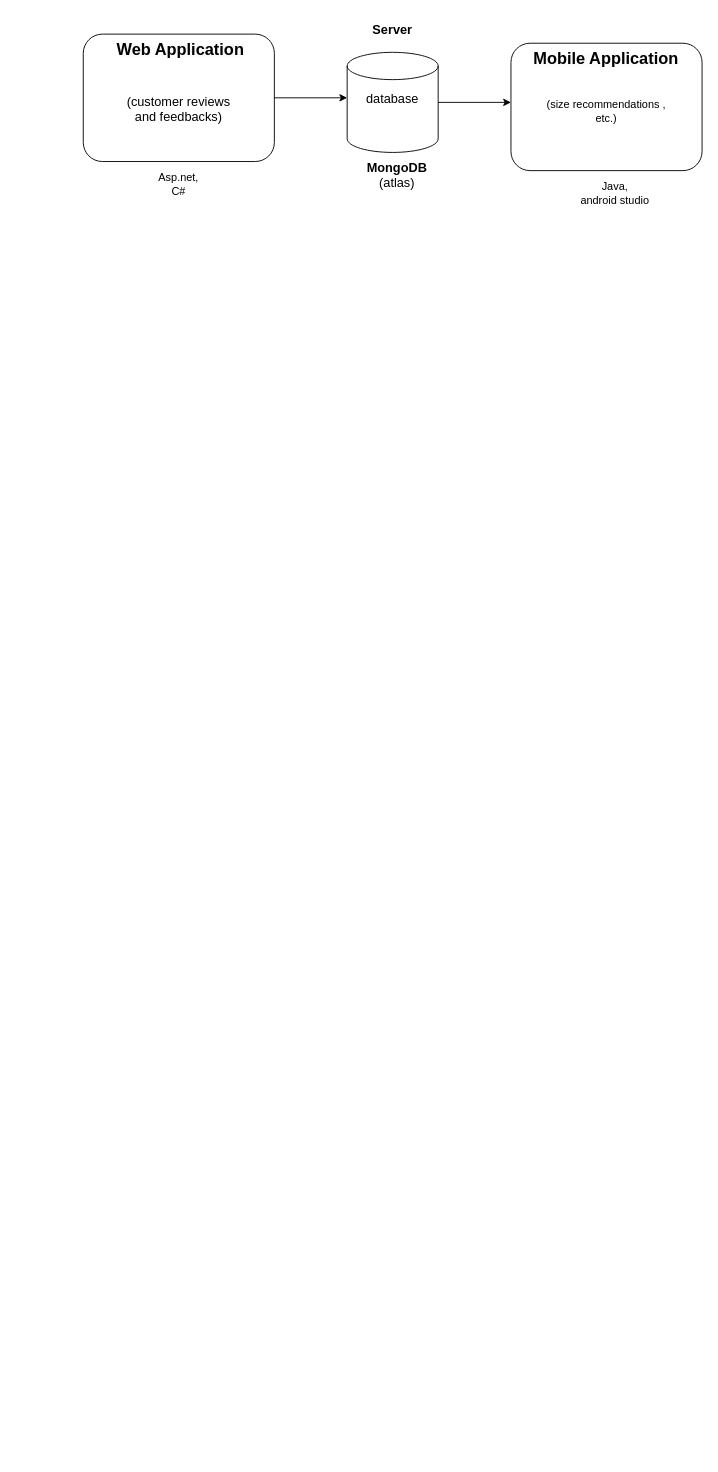
Above: diagrams/high level diagram.drawio in chamodi2001/MDCGunathilaka_MaterialBasedSizes (draw.io), before the change. Source tidied: cells renumbered, new cells numbered last; positions are measured from the earlier drawing's top-left corner, leaving out a move shared by most shapes. Both pictures are drawn from the tidied source at 91%, with x=0, y=0 at pixel (83, 15).
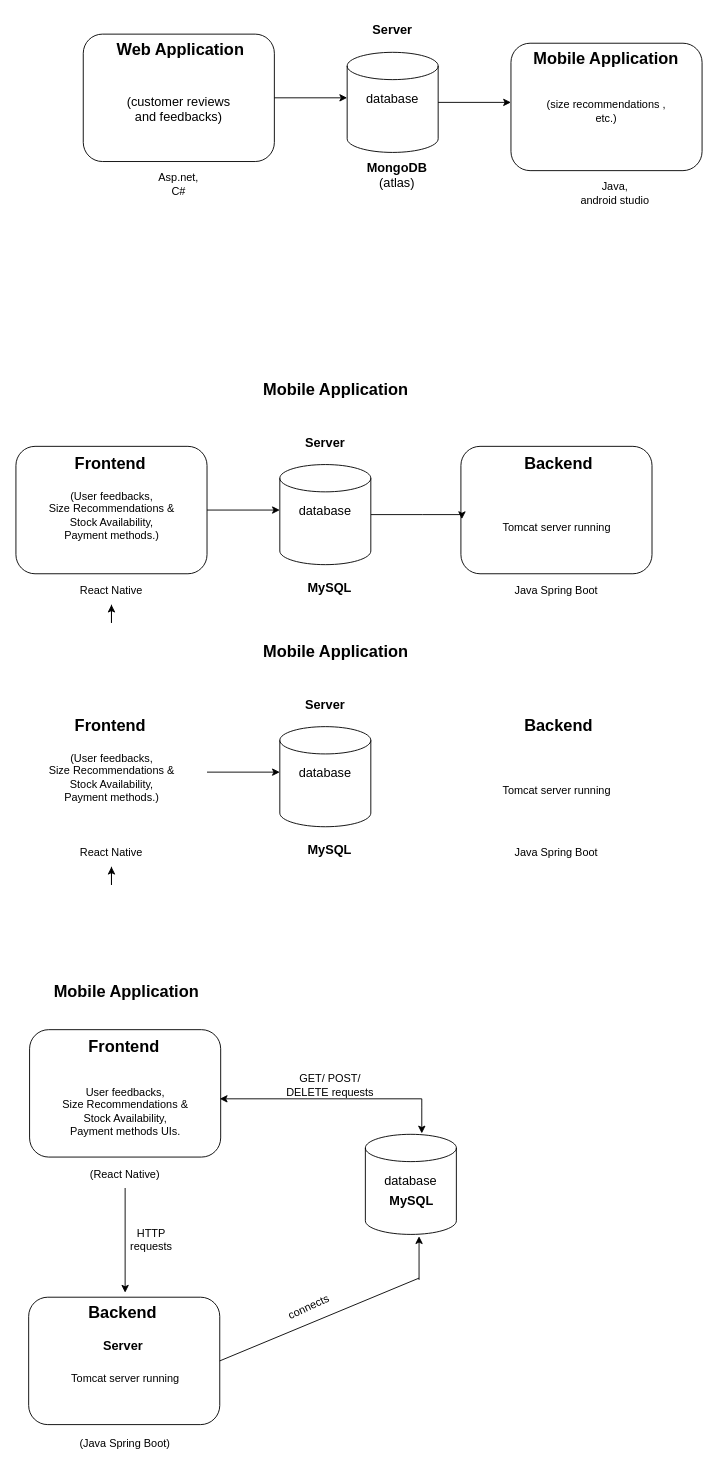
After the change.

What changed in the source:
```diff
@@
+    <mxCell id="16" style="rounded=1;whiteSpace=wrap;html=1;" parent="1" vertex="1">
+      <mxGeometry x="415" y="473" width="210" height="140" as="geometry" />
+    </mxCell>
+    <mxCell id="17" value="Java Spring Boot&lt;br&gt;" style="text;html=1;strokeColor=none;fillColor=none;align=center;verticalAlign=middle;whiteSpace=wrap;rounded=0;" parent="1" vertex="1">
+      <mxGeometry x="440.1" y="617" width="159.8" height="30" as="geometry" />
+    </mxCell>
+    <mxCell id="18" value="Tomcat server running" style="text;html=1;strokeColor=none;fillColor=none;align=center;verticalAlign=middle;whiteSpace=wrap;rounded=0;" parent="1" vertex="1">
+      <mxGeometry x="446.5" y="542" width="147" height="41" as="geometry" />
+    </mxCell>
+    <mxCell id="19" value="&lt;b style=&quot;border-color: var(--border-color); color: rgb(0, 0, 0); font-family: Helvetica; font-size: 12px; font-style: normal; font-variant-ligatures: normal; font-variant-caps: normal; letter-spacing: normal; orphans: 2; text-align: center; text-indent: 0px; text-transform: none; widows: 2; word-spacing: 0px; -webkit-text-stroke-width: 0px; background-color: rgb(251, 251, 251); text-decoration-thickness: initial; text-decoration-style: initial; text-decoration-color: initial;&quot;&gt;&lt;font style=&quot;border-color: var(--border-color); font-size: 18px;&quot;&gt;Mobile Application&lt;br style=&quot;border-color: var(--border-color);&quot;&gt;&lt;/font&gt;&lt;/b&gt;" style="text;whiteSpace=wrap;html=1;fontSize=18;" parent="1" vertex="1">
+      <mxGeometry x="196" y="394" width="165" height="50" as="geometry" />
+    </mxCell>
+    <mxCell id="20" style="rounded=1;whiteSpace=wrap;html=1;" parent="1" vertex="1">
+      <mxGeometry x="-74" y="473" width="210" height="140" as="geometry" />
+    </mxCell>
+    <mxCell id="21" value="&lt;br&gt;" style="text;html=1;strokeColor=none;fillColor=none;align=center;verticalAlign=middle;whiteSpace=wrap;rounded=0;" parent="1" vertex="1">
+      <mxGeometry x="-39" y="533" width="140" height="30" as="geometry" />
+    </mxCell>
+    <mxCell id="22" value="&lt;b&gt;Frontend&lt;/b&gt;" style="text;whiteSpace=wrap;html=1;fontSize=18;" parent="1" vertex="1">
+      <mxGeometry x="-11.5" y="475" width="85" height="50" as="geometry" />
+    </mxCell>
+    <mxCell id="23" style="endArrow=classic;html=1;rounded=0;fontSize=18;exitX=1;exitY=0.5;exitDx=0;exitDy=0;" parent="1" edge="1" source="20">
+      <mxGeometry relative="1" as="geometry">
+        <mxPoint x="216" y="543" as="targetPoint" />
+      </mxGeometry>
+    </mxCell>
+    <mxCell id="24" style="edgeStyle=orthogonalEdgeStyle;rounded=0;jettySize=auto;html=1;entryX=0.005;entryY=0.571;entryDx=0;entryDy=0;entryPerimeter=0;" parent="1" edge="1" source="25" target="16">
+      <mxGeometry relative="1" as="geometry">
+        <Array as="points">
+          <mxPoint x="373" y="548" />
+          <mxPoint x="373" y="548" />
+        </Array>
+      </mxGeometry>
+    </mxCell>
+    <mxCell id="25" style="shape=cylinder3;whiteSpace=wrap;html=1;boundedLbl=1;backgroundOutline=1;size=15;fontSize=18;" parent="1" vertex="1">
+      <mxGeometry x="216" y="493" width="100" height="110" as="geometry" />
+    </mxCell>
+    <mxCell id="26" value="&lt;font style=&quot;font-size: 14px;&quot;&gt;database&lt;/font&gt;" style="text;html=1;strokeColor=none;fillColor=none;align=center;verticalAlign=middle;whiteSpace=wrap;rounded=0;fontSize=18;" parent="1" vertex="1">
+      <mxGeometry x="236" y="528" width="60" height="30" as="geometry" />
+    </mxCell>
+    <mxCell id="27" value="&lt;b&gt;MySQL&lt;/b&gt;" style="text;html=1;strokeColor=none;fillColor=none;align=center;verticalAlign=middle;whiteSpace=wrap;rounded=0;fontSize=14;" parent="1" vertex="1">
+      <mxGeometry x="236" y="613" width="70" height="30" as="geometry" />
+    </mxCell>
+    <mxCell id="28" value="&lt;b&gt;Server&lt;/b&gt;" style="text;html=1;strokeColor=none;fillColor=none;align=center;verticalAlign=middle;whiteSpace=wrap;rounded=0;fontSize=14;" parent="1" vertex="1">
+      <mxGeometry x="236" y="454" width="60" height="30" as="geometry" />
+    </mxCell>
+    <mxCell id="29" value="(User feedbacks,&lt;br&gt;Size Recommendations &amp;amp; Stock Availability,&lt;br&gt;Payment methods.)" style="text;html=1;strokeColor=none;fillColor=none;align=center;verticalAlign=middle;whiteSpace=wrap;rounded=0;" parent="1" vertex="1">
+      <mxGeometry x="-42.5" y="528" width="147" height="41" as="geometry" />
+    </mxCell>
+    <mxCell id="30" value="React Native" style="text;html=1;strokeColor=none;fillColor=none;align=center;verticalAlign=middle;whiteSpace=wrap;rounded=0;" parent="1" vertex="1">
+      <mxGeometry x="-48.9" y="617" width="159.8" height="30" as="geometry" />
+    </mxCell>
+    <mxCell id="31" style="edgeStyle=orthogonalEdgeStyle;rounded=0;orthogonalLoop=1;jettySize=auto;html=1;exitX=0.5;exitY=1;exitDx=0;exitDy=0;" parent="1" edge="1" source="30" target="30">
+      <mxGeometry relative="1" as="geometry" />
+    </mxCell>
+    <mxCell id="32" value="&lt;b&gt;Backend&lt;/b&gt;" style="text;whiteSpace=wrap;html=1;fontSize=18;" parent="1" vertex="1">
+      <mxGeometry x="482.5" y="475" width="85" height="50" as="geometry" />
+    </mxCell>
+    <mxCell id="33" style="rounded=1;whiteSpace=wrap;html=1;" parent="1" vertex="1">
+      <mxGeometry x="-59" y="1114" width="210" height="140" as="geometry" />
+    </mxCell>
+    <mxCell id="34" value="Java Spring Boot&lt;br&gt;" style="text;html=1;strokeColor=none;fillColor=none;align=center;verticalAlign=middle;whiteSpace=wrap;rounded=0;" parent="1" vertex="1">
+      <mxGeometry x="440.1" y="905" width="159.8" height="30" as="geometry" />
+    </mxCell>
+    <mxCell id="35" value="Tomcat server running" style="text;html=1;strokeColor=none;fillColor=none;align=center;verticalAlign=middle;whiteSpace=wrap;rounded=0;" parent="1" vertex="1">
+      <mxGeometry x="446.5" y="830" width="147" height="41" as="geometry" />
+    </mxCell>
+    <mxCell id="36" value="&lt;b style=&quot;border-color: var(--border-color); color: rgb(0, 0, 0); font-family: Helvetica; font-size: 12px; font-style: normal; font-variant-ligatures: normal; font-variant-caps: normal; letter-spacing: normal; orphans: 2; text-align: center; text-indent: 0px; text-transform: none; widows: 2; word-spacing: 0px; -webkit-text-stroke-width: 0px; background-color: rgb(251, 251, 251); text-decoration-thickness: initial; text-decoration-style: initial; text-decoration-color: initial;&quot;&gt;&lt;font style=&quot;border-color: var(--border-color); font-size: 18px;&quot;&gt;Mobile Application&lt;br style=&quot;border-color: var(--border-color);&quot;&gt;&lt;/font&gt;&lt;/b&gt;" style="text;whiteSpace=wrap;html=1;fontSize=18;" parent="1" vertex="1">
+      <mxGeometry x="196" y="682" width="165" height="50" as="geometry" />
+    </mxCell>
+    <mxCell id="37" value="&lt;br&gt;" style="text;html=1;strokeColor=none;fillColor=none;align=center;verticalAlign=middle;whiteSpace=wrap;rounded=0;" parent="1" vertex="1">
+      <mxGeometry x="-39" y="821" width="140" height="30" as="geometry" />
+    </mxCell>
+    <mxCell id="38" value="&lt;b&gt;Frontend&lt;/b&gt;" style="text;whiteSpace=wrap;html=1;fontSize=18;" parent="1" vertex="1">
+      <mxGeometry x="-11.5" y="763" width="85" height="50" as="geometry" />
+    </mxCell>
+    <mxCell id="39" style="endArrow=classic;html=1;rounded=0;fontSize=18;exitX=1;exitY=0.5;exitDx=0;exitDy=0;" parent="1" edge="1">
+      <mxGeometry relative="1" as="geometry">
+        <mxPoint x="136" y="831" as="sourcePoint" />
+        <mxPoint x="216" y="831" as="targetPoint" />
+      </mxGeometry>
+    </mxCell>
+    <mxCell id="40" style="shape=cylinder3;whiteSpace=wrap;html=1;boundedLbl=1;backgroundOutline=1;size=15;fontSize=18;" parent="1" vertex="1">
+      <mxGeometry x="216" y="781" width="100" height="110" as="geometry" />
+    </mxCell>
+    <mxCell id="41" value="&lt;font style=&quot;font-size: 14px;&quot;&gt;database&lt;/font&gt;" style="text;html=1;strokeColor=none;fillColor=none;align=center;verticalAlign=middle;whiteSpace=wrap;rounded=0;fontSize=18;" parent="1" vertex="1">
+      <mxGeometry x="236" y="816" width="60" height="30" as="geometry" />
+    </mxCell>
+    <mxCell id="42" value="&lt;b&gt;MySQL&lt;/b&gt;" style="text;html=1;strokeColor=none;fillColor=none;align=center;verticalAlign=middle;whiteSpace=wrap;rounded=0;fontSize=14;" parent="1" vertex="1">
+      <mxGeometry x="236" y="901" width="70" height="30" as="geometry" />
+    </mxCell>
+    <mxCell id="43" value="&lt;b&gt;Server&lt;/b&gt;" style="text;html=1;strokeColor=none;fillColor=none;align=center;verticalAlign=middle;whiteSpace=wrap;rounded=0;fontSize=14;" parent="1" vertex="1">
+      <mxGeometry x="236" y="742" width="60" height="30" as="geometry" />
+    </mxCell>
+    <mxCell id="44" value="(User feedbacks,&lt;br&gt;Size Recommendations &amp;amp; Stock Availability,&lt;br&gt;Payment methods.)" style="text;html=1;strokeColor=none;fillColor=none;align=center;verticalAlign=middle;whiteSpace=wrap;rounded=0;" parent="1" vertex="1">
+      <mxGeometry x="-42.5" y="816" width="147" height="41" as="geometry" />
+    </mxCell>
+    <mxCell id="45" value="React Native" style="text;html=1;strokeColor=none;fillColor=none;align=center;verticalAlign=middle;whiteSpace=wrap;rounded=0;" parent="1" vertex="1">
+      <mxGeometry x="-48.9" y="905" width="159.8" height="30" as="geometry" />
+    </mxCell>
+    <mxCell id="46" style="edgeStyle=orthogonalEdgeStyle;rounded=0;orthogonalLoop=1;jettySize=auto;html=1;exitX=0.5;exitY=1;exitDx=0;exitDy=0;" parent="1" edge="1" source="45" target="45">
+      <mxGeometry relative="1" as="geometry" />
+    </mxCell>
+    <mxCell id="47" value="&lt;b&gt;Backend&lt;/b&gt;" style="text;whiteSpace=wrap;html=1;fontSize=18;" parent="1" vertex="1">
+      <mxGeometry x="482.5" y="763" width="85" height="50" as="geometry" />
+    </mxCell>
+    <mxCell id="48" style="rounded=1;whiteSpace=wrap;html=1;" parent="1" vertex="1">
+      <mxGeometry x="-60" y="1408" width="210" height="140" as="geometry" />
+    </mxCell>
+    <mxCell id="49" value="(Java Spring Boot)" style="text;html=1;strokeColor=none;fillColor=none;align=center;verticalAlign=middle;whiteSpace=wrap;rounded=0;" parent="1" vertex="1">
+      <mxGeometry x="-33.9" y="1554" width="159.8" height="30" as="geometry" />
+    </mxCell>
+    <mxCell id="50" value="Tomcat server running" style="text;html=1;strokeColor=none;fillColor=none;align=center;verticalAlign=middle;whiteSpace=wrap;rounded=0;" parent="1" vertex="1">
+      <mxGeometry x="-27.5" y="1477" width="147" height="41" as="geometry" />
+    </mxCell>
+    <mxCell id="51" value="&lt;b style=&quot;border-color: var(--border-color); color: rgb(0, 0, 0); font-family: Helvetica; font-size: 12px; font-style: normal; font-variant-ligatures: normal; font-variant-caps: normal; letter-spacing: normal; orphans: 2; text-align: center; text-indent: 0px; text-transform: none; widows: 2; word-spacing: 0px; -webkit-text-stroke-width: 0px; background-color: rgb(251, 251, 251); text-decoration-thickness: initial; text-decoration-style: initial; text-decoration-color: initial;&quot;&gt;&lt;font style=&quot;border-color: var(--border-color); font-size: 18px;&quot;&gt;Mobile Application&lt;br style=&quot;border-color: var(--border-color);&quot;&gt;&lt;/font&gt;&lt;/b&gt;" style="text;whiteSpace=wrap;html=1;fontSize=18;" parent="1" vertex="1">
+      <mxGeometry x="-33.9" y="1056" width="165" height="50" as="geometry" />
+    </mxCell>
+    <mxCell id="52" value="&lt;br&gt;" style="text;html=1;strokeColor=none;fillColor=none;align=center;verticalAlign=middle;whiteSpace=wrap;rounded=0;" parent="1" vertex="1">
+      <mxGeometry x="-24" y="1183" width="140" height="30" as="geometry" />
+    </mxCell>
+    <mxCell id="53" value="&lt;b&gt;Frontend&lt;/b&gt;" style="text;whiteSpace=wrap;html=1;fontSize=18;" parent="1" vertex="1">
+      <mxGeometry x="3.5" y="1116" width="85" height="50" as="geometry" />
+    </mxCell>
+    <mxCell id="54" style="shape=cylinder3;whiteSpace=wrap;html=1;boundedLbl=1;backgroundOutline=1;size=15;fontSize=18;" parent="1" vertex="1">
+      <mxGeometry x="310" y="1229" width="100" height="110" as="geometry" />
+    </mxCell>
+    <mxCell id="55" value="&lt;font style=&quot;font-size: 14px;&quot;&gt;database&lt;/font&gt;" style="text;html=1;strokeColor=none;fillColor=none;align=center;verticalAlign=middle;whiteSpace=wrap;rounded=0;fontSize=18;" parent="1" vertex="1">
+      <mxGeometry x="330" y="1264" width="60" height="30" as="geometry" />
+    </mxCell>
+    <mxCell id="56" value="&lt;b&gt;MySQL&lt;/b&gt;" style="text;html=1;strokeColor=none;fillColor=none;align=center;verticalAlign=middle;whiteSpace=wrap;rounded=0;fontSize=14;" parent="1" vertex="1">
+      <mxGeometry x="325.5" y="1287" width="70" height="30" as="geometry" />
+    </mxCell>
+    <mxCell id="57" value="&lt;b&gt;Server&lt;/b&gt;" style="text;html=1;strokeColor=none;fillColor=none;align=center;verticalAlign=middle;whiteSpace=wrap;rounded=0;fontSize=14;" parent="1" vertex="1">
+      <mxGeometry x="13.5" y="1447" width="60" height="30" as="geometry" />
+    </mxCell>
+    <mxCell id="58" value="User feedbacks,&lt;br&gt;Size Recommendations &amp;amp; Stock Availability,&lt;br&gt;Payment methods UIs." style="text;html=1;strokeColor=none;fillColor=none;align=center;verticalAlign=middle;whiteSpace=wrap;rounded=0;" parent="1" vertex="1">
+      <mxGeometry x="-27.5" y="1183" width="147" height="41" as="geometry" />
+    </mxCell>
+    <mxCell id="59" value="(React Native)" style="text;html=1;strokeColor=none;fillColor=none;align=center;verticalAlign=middle;whiteSpace=wrap;rounded=0;" parent="1" vertex="1">
+      <mxGeometry x="-33.9" y="1258" width="159.8" height="30" as="geometry" />
+    </mxCell>
+    <mxCell id="60" value="&lt;b&gt;Backend&lt;/b&gt;" style="text;whiteSpace=wrap;html=1;fontSize=18;" parent="1" vertex="1">
+      <mxGeometry x="3.5" y="1408" width="85" height="50" as="geometry" />
+    </mxCell>
+    <mxCell id="61" style="endArrow=none;html=1;rounded=0;exitX=1;exitY=0.5;exitDx=0;exitDy=0;" parent="1" edge="1" source="48">
+      <mxGeometry relative="1" as="geometry">
+        <mxPoint x="369" y="1387" as="targetPoint" />
+      </mxGeometry>
+    </mxCell>
+    <mxCell id="62" style="endArrow=classic;html=1;rounded=0;" parent="1" edge="1">
+      <mxGeometry relative="1" as="geometry">
+        <mxPoint x="369" y="1389" as="sourcePoint" />
+        <mxPoint x="369" y="1341" as="targetPoint" />
+      </mxGeometry>
+    </mxCell>
+    <mxCell id="63" value="connects" style="text;html=1;strokeColor=none;fillColor=none;align=center;verticalAlign=middle;whiteSpace=wrap;rounded=0;rotation=-25;" parent="1" vertex="1">
+      <mxGeometry x="218" y="1404" width="60" height="30" as="geometry" />
+    </mxCell>
+    <mxCell id="64" value="HTTP requests" style="text;html=1;strokeColor=none;fillColor=none;align=center;verticalAlign=middle;whiteSpace=wrap;rounded=0;" parent="1" vertex="1">
+      <mxGeometry x="44.5" y="1330" width="60" height="30" as="geometry" />
+    </mxCell>
+    <mxCell id="65" style="endArrow=classic;html=1;rounded=0;exitX=0.5;exitY=1;exitDx=0;exitDy=0;" parent="1" edge="1" source="59">
+      <mxGeometry relative="1" as="geometry">
+        <mxPoint x="46" y="1403" as="targetPoint" />
+      </mxGeometry>
+    </mxCell>
+    <mxCell id="66" style="endArrow=classic;startArrow=classic;html=1;rounded=0;entryX=0.62;entryY=-0.009;entryDx=0;entryDy=0;entryPerimeter=0;" parent="1" edge="1" target="54">
+      <mxGeometry relative="1" as="geometry">
+        <mxPoint x="150" y="1190" as="sourcePoint" />
+        <Array as="points">
+          <mxPoint x="372" y="1190" />
+          <mxPoint x="372" y="1200" />
+        </Array>
+      </mxGeometry>
+    </mxCell>
+    <mxCell id="67" value="GET/ POST/ DELETE requests" style="text;html=1;strokeColor=none;fillColor=none;align=center;verticalAlign=middle;whiteSpace=wrap;rounded=0;" parent="1" vertex="1">
+      <mxGeometry x="213.5" y="1160" width="115" height="30" as="geometry" />
+    </mxCell>
```
